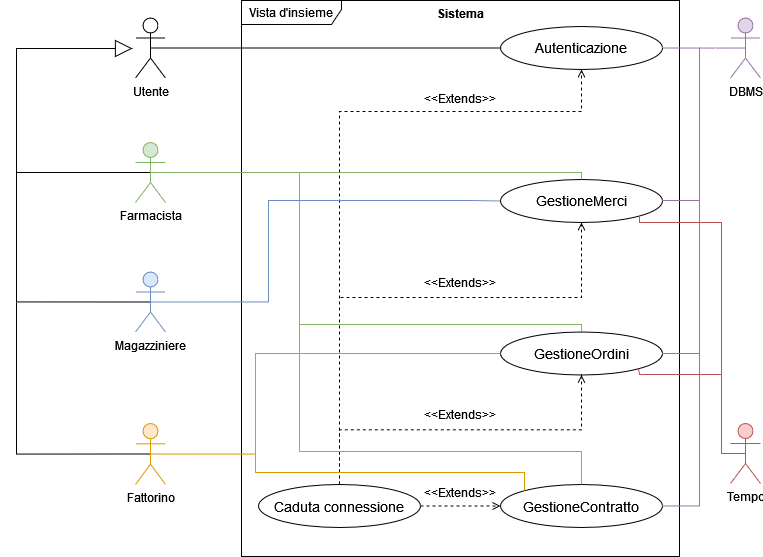
Before: Documentazione aggiornata/Vista d'insieme sistema.png, a diagram exported from draw.io (innovazionebot/Pharmalink). Source tidied: cells renumbered, new cells last; positions are measured from the earlier drawing's top-left corner, leaving out a move shared by most shapes.
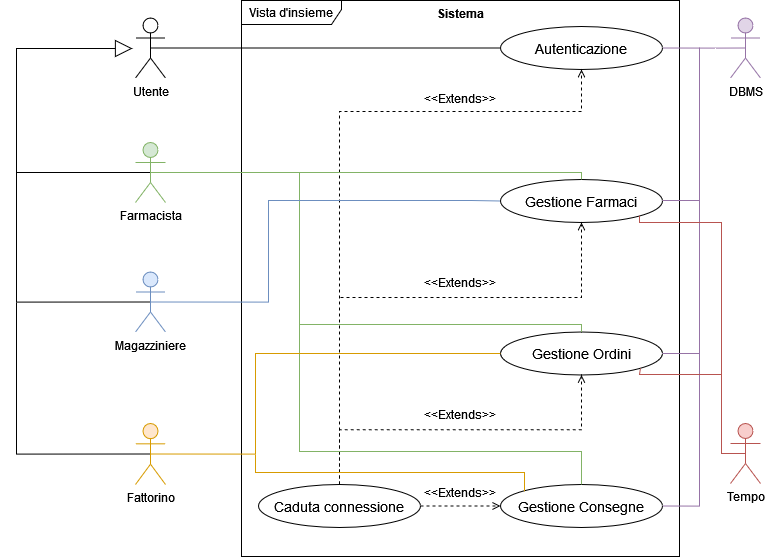
After the change.

Commit message:
Aggiornato RAD e viste d'insieme

Change to the diagram source:
```diff
@@ -11,13 +11,13 @@
     <mxCell id="4" value="Autenticazione" style="ellipse;whiteSpace=wrap;html=1;fontSize=14;strokeColor=default;verticalAlign=middle;align=center;horizontal=1;labelPosition=center;verticalLabelPosition=middle;" parent="1" vertex="1">
       <mxGeometry x="484" y="26" width="162" height="43" as="geometry" />
     </mxCell>
-    <mxCell id="5" value="GestioneMerci" style="ellipse;whiteSpace=wrap;html=1;fontSize=14;strokeColor=default;verticalAlign=middle;align=center;horizontal=1;labelPosition=center;verticalLabelPosition=middle;" parent="1" vertex="1">
+    <mxCell id="5" value="Gestione Farmaci" style="ellipse;whiteSpace=wrap;html=1;fontSize=14;strokeColor=default;verticalAlign=middle;align=center;horizontal=1;labelPosition=center;verticalLabelPosition=middle;" parent="1" vertex="1">
       <mxGeometry x="484" y="179" width="162" height="43" as="geometry" />
     </mxCell>
-    <mxCell id="6" value="GestioneOrdini" style="ellipse;whiteSpace=wrap;html=1;fontSize=14;strokeColor=default;verticalAlign=middle;align=center;horizontal=1;labelPosition=center;verticalLabelPosition=middle;" parent="1" vertex="1">
+    <mxCell id="6" value="Gestione Ordini" style="ellipse;whiteSpace=wrap;html=1;fontSize=14;strokeColor=default;verticalAlign=middle;align=center;horizontal=1;labelPosition=center;verticalLabelPosition=middle;" parent="1" vertex="1">
       <mxGeometry x="484" y="331.5" width="162" height="43" as="geometry" />
     </mxCell>
-    <mxCell id="7" value="GestioneContratto" style="ellipse;whiteSpace=wrap;html=1;fontSize=14;strokeColor=default;verticalAlign=middle;align=center;horizontal=1;labelPosition=center;verticalLabelPosition=middle;" parent="1" vertex="1">
+    <mxCell id="7" value="Gestione Consegne" style="ellipse;whiteSpace=wrap;html=1;fontSize=14;strokeColor=default;verticalAlign=middle;align=center;horizontal=1;labelPosition=center;verticalLabelPosition=middle;" parent="1" vertex="1">
       <mxGeometry x="484" y="484" width="162" height="43" as="geometry" />
     </mxCell>
     <mxCell id="8" style="html=1;verticalAlign=bottom;labelBackgroundColor=none;endArrow=open;endFill=0;dashed=1;rounded=0;fontSize=14;exitX=0.5;exitY=0;exitDx=0;exitDy=0;entryX=0.5;entryY=1;entryDx=0;entryDy=0;edgeStyle=orthogonalEdgeStyle;" parent="1" edge="1" source="9" target="4">
```
